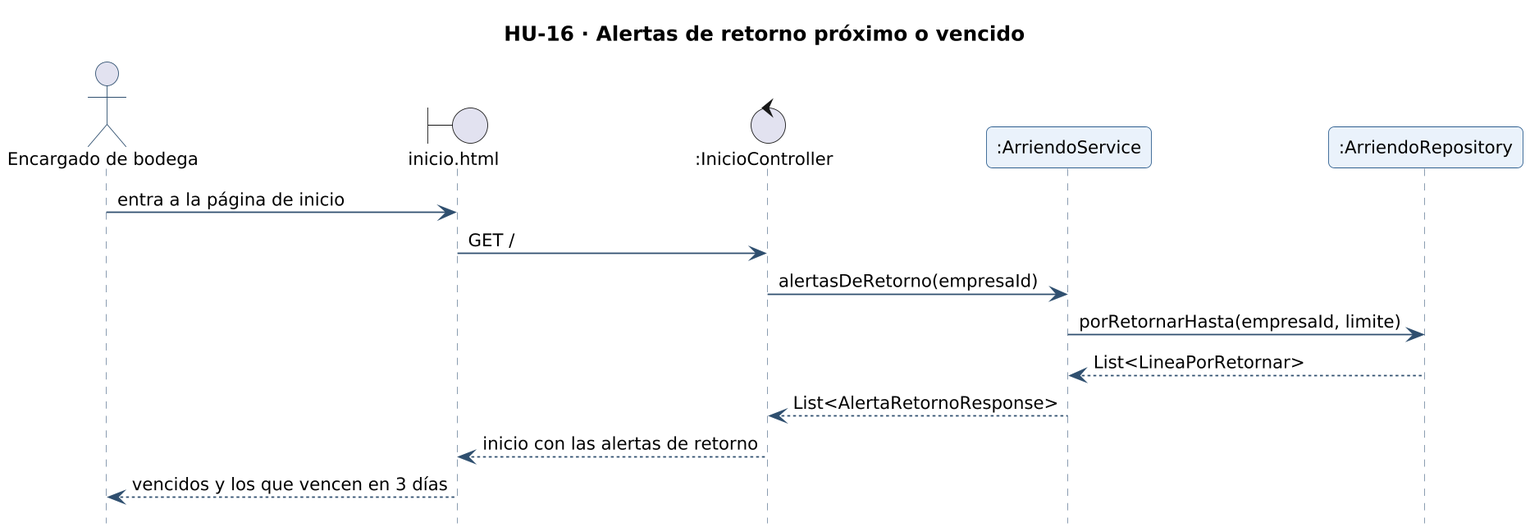
Above: docs/diagramas/secuencia-hu-16.png in gonzaloarenasduoc/Mira (PlantUML), before the change.
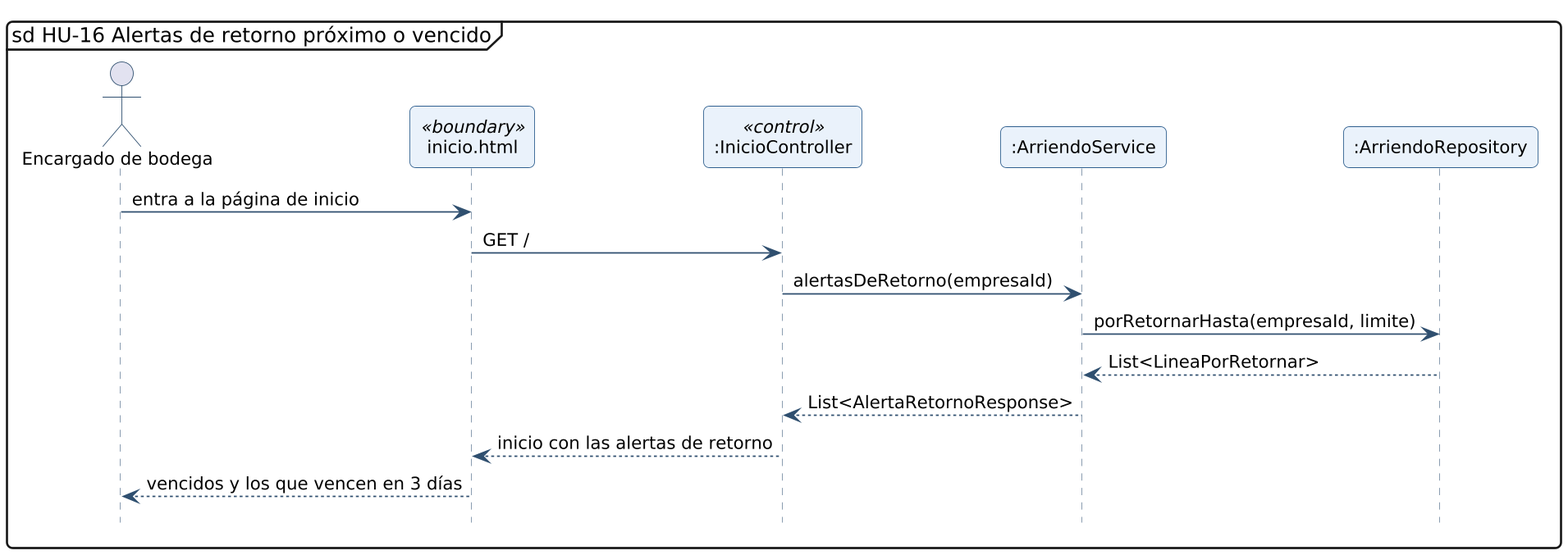
The same file after the commit.

Diff of the diagram source:
```diff
@@ -3,10 +3,10 @@
 hide footbox
 skinparam maxMessageSize 260
 skinparam sequenceMessageAlign left
-title HU-16 · Alertas de retorno próximo o vencido
+mainframe sd HU-16 Alertas de retorno próximo o vencido
 actor "Encargado de bodega" as A
-boundary "inicio.html" as L_VISTA_inicio
-control ":InicioController" as L_InicioController
+participant "inicio.html" as L_VISTA_inicio <<boundary>>
+participant ":InicioController" as L_InicioController <<control>>
 participant ":ArriendoService" as L_ArriendoService
 participant ":ArriendoRepository" as L_ArriendoRepository
 A -> L_VISTA_inicio : entra a la página de inicio
```
